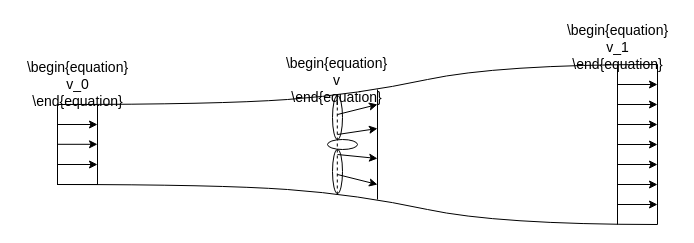
The draw.io diagram Graphics/FlowThroughRotor.drawio in MortMort/CA9_Writings, before the edit. Source tidied: cells renumbered, new cells numbered last; positions are measured from the earlier drawing's top-left corner, leaving out a move shared by most shapes. Both pictures are drawn from the tidied source at 100%, with x=0, y=0 at pixel (17, 17).
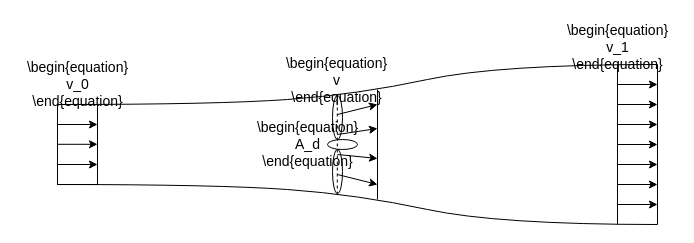
After the change.

What changed in the source:
```diff
@@
+    <mxCell id="30" value="&lt;font style=&quot;font-size: 14px;&quot;&gt;\begin{equation}&lt;br style=&quot;font-size: 14px;&quot;&gt;A_d&lt;br style=&quot;font-size: 14px;&quot;&gt;\end{equation}&lt;/font&gt;" style="text;html=1;align=center;verticalAlign=middle;strokeColor=none;fillColor=none;" parent="1" vertex="1">
+      <mxGeometry x="230" y="97" width="120" height="60" as="geometry" />
+    </mxCell>
```
